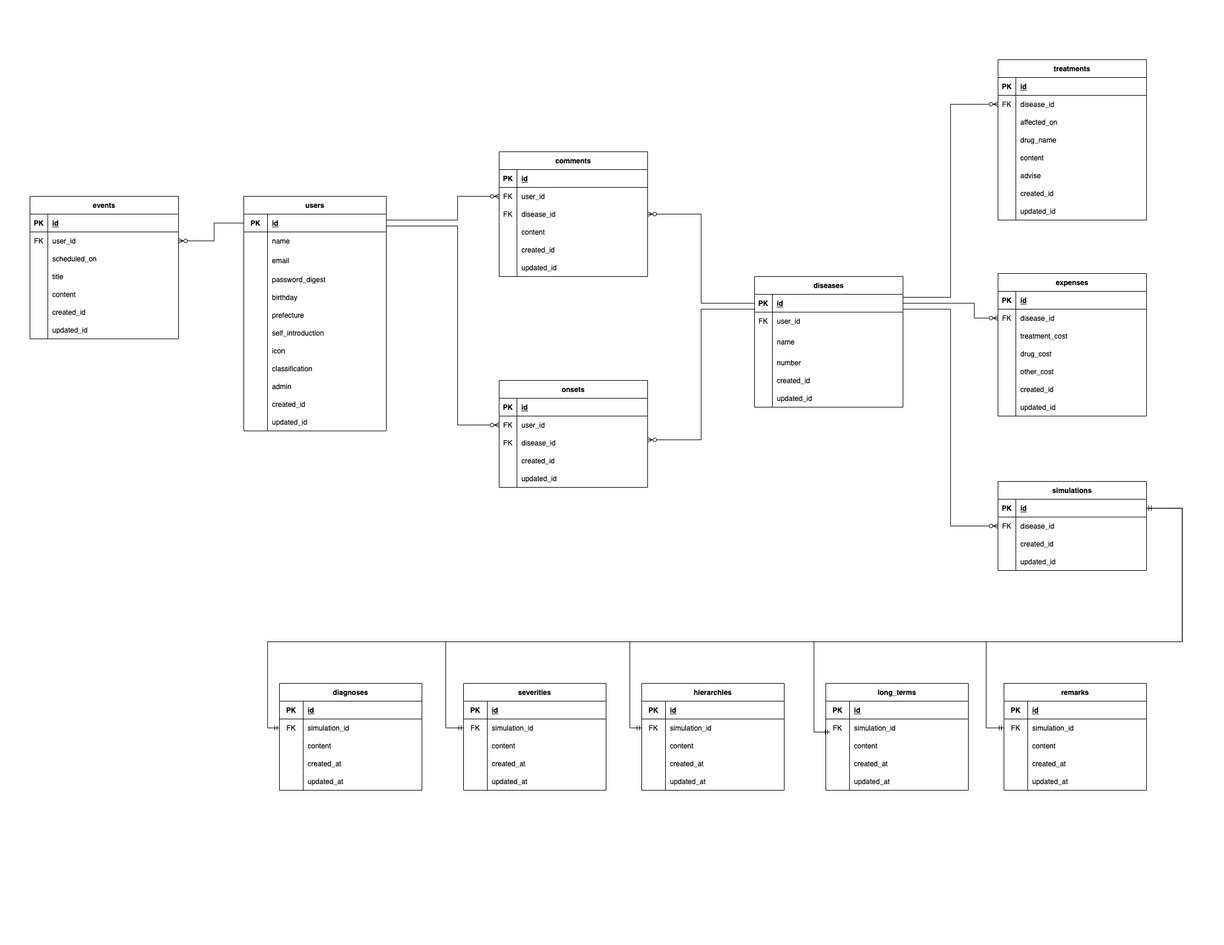
This is docs/er_diagram.png from fujisawayu/nanbyo_connect, a draw.io export, as it was before one commit. Source tidied: cells renumbered, new cells last; positions are measured from the earlier drawing's top-left corner, leaving out a move shared by most shapes.
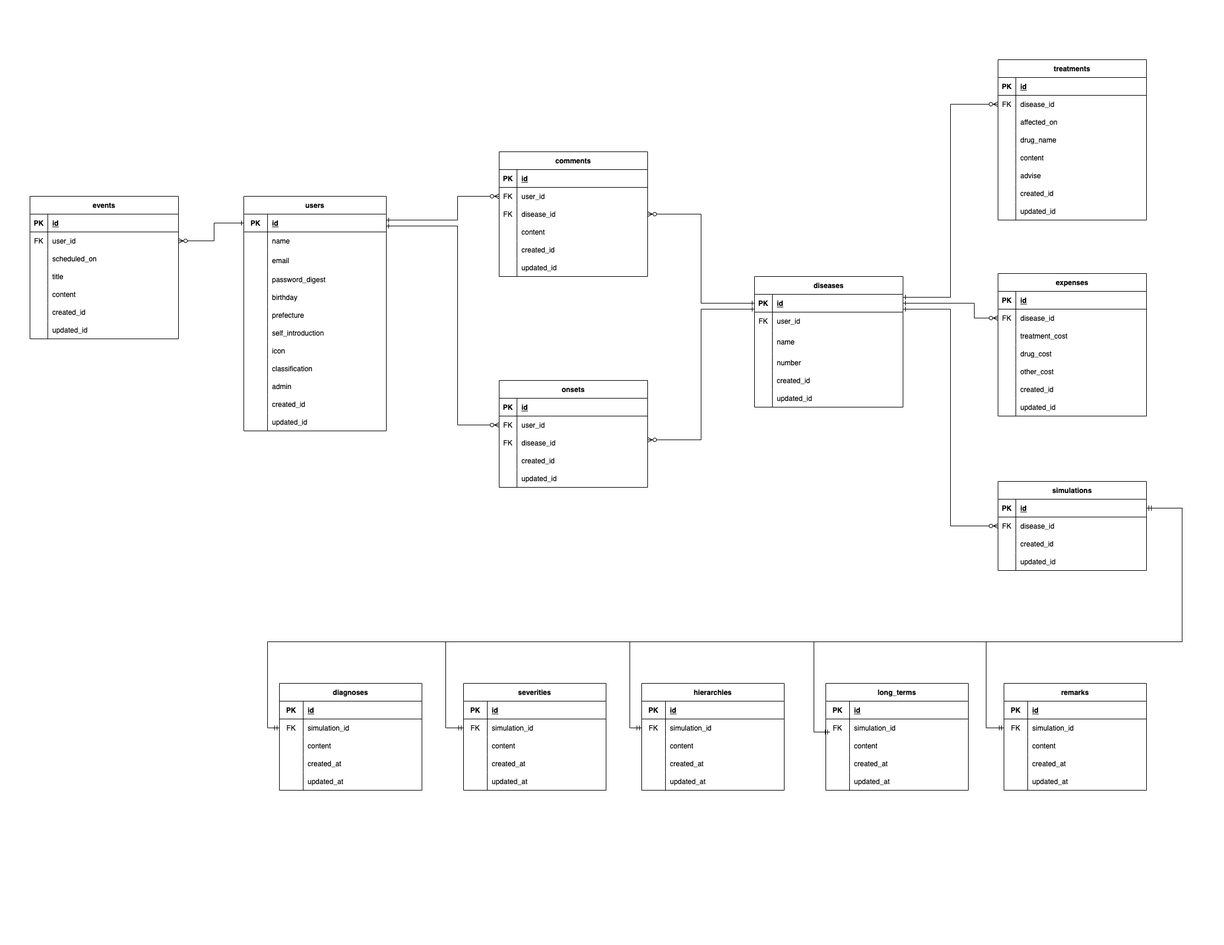
After the commit.

The edit, as a diff of the source:
```diff
@@ -761,7 +761,7 @@
     <mxCell id="254" value="updated_at" style="shape=partialRectangle;overflow=hidden;fillColor=none;top=0;left=0;bottom=0;right=0;align=left;spacingLeft=6;" parent="252" vertex="1">
       <mxGeometry x="40" width="200" height="30" as="geometry" />
     </mxCell>
-    <mxCell id="255" style="edgeStyle=orthogonalEdgeStyle;rounded=0;jettySize=auto;html=1;entryX=1;entryY=0.5;entryDx=0;entryDy=0;endArrow=ERzeroToMany;endFill=0;" parent="1" edge="1" source="3" target="157">
+    <mxCell id="255" style="edgeStyle=orthogonalEdgeStyle;rounded=0;jettySize=auto;html=1;entryX=1;entryY=0.5;entryDx=0;entryDy=0;endArrow=ERzeroToMany;endFill=0;startArrow=ERone;startFill=0;" parent="1" edge="1" source="3" target="157">
       <mxGeometry relative="1" as="geometry">
         <Array as="points">
           <mxPoint x="360" y="375" />
@@ -821,7 +821,7 @@
         </Array>
       </mxGeometry>
     </mxCell>
-    <mxCell id="261" style="edgeStyle=orthogonalEdgeStyle;rounded=0;jettySize=auto;html=1;entryX=0;entryY=0.5;entryDx=0;entryDy=0;startArrow=none;startFill=0;endArrow=ERzeroToMany;endFill=0;" parent="1" edge="1" source="135" target="97">
+    <mxCell id="261" style="edgeStyle=orthogonalEdgeStyle;rounded=0;jettySize=auto;html=1;entryX=0;entryY=0.5;entryDx=0;entryDy=0;startArrow=ERone;startFill=0;endArrow=ERzeroToMany;endFill=0;" parent="1" edge="1" source="135" target="97">
       <mxGeometry relative="1" as="geometry">
         <Array as="points">
           <mxPoint x="1600" y="500" />
@@ -829,7 +829,7 @@
         </Array>
       </mxGeometry>
     </mxCell>
-    <mxCell id="262" style="edgeStyle=orthogonalEdgeStyle;rounded=0;jettySize=auto;html=1;entryX=0;entryY=0.5;entryDx=0;entryDy=0;startArrow=none;startFill=0;endArrow=ERzeroToMany;endFill=0;" parent="1" edge="1" source="135" target="43">
+    <mxCell id="262" style="edgeStyle=orthogonalEdgeStyle;rounded=0;jettySize=auto;html=1;entryX=0;entryY=0.5;entryDx=0;entryDy=0;startArrow=ERone;startFill=0;endArrow=ERzeroToMany;endFill=0;" parent="1" edge="1" source="135" target="43">
       <mxGeometry relative="1" as="geometry">
         <Array as="points">
           <mxPoint x="1640" y="510" />
@@ -837,7 +837,7 @@
         </Array>
       </mxGeometry>
     </mxCell>
-    <mxCell id="263" style="edgeStyle=orthogonalEdgeStyle;rounded=0;jettySize=auto;html=1;entryX=0;entryY=0.5;entryDx=0;entryDy=0;startArrow=none;startFill=0;endArrow=ERzeroToMany;endFill=0;" parent="1" edge="1" source="135" target="65">
+    <mxCell id="263" style="edgeStyle=orthogonalEdgeStyle;rounded=0;jettySize=auto;html=1;entryX=0;entryY=0.5;entryDx=0;entryDy=0;startArrow=ERone;startFill=0;endArrow=ERzeroToMany;endFill=0;" parent="1" edge="1" source="135" target="65">
       <mxGeometry relative="1" as="geometry">
         <Array as="points">
           <mxPoint x="1600" y="520" />
@@ -845,7 +845,7 @@
         </Array>
       </mxGeometry>
     </mxCell>
-    <mxCell id="264" style="edgeStyle=orthogonalEdgeStyle;rounded=0;jettySize=auto;html=1;entryX=0;entryY=0.5;entryDx=0;entryDy=0;startArrow=none;startFill=0;endArrow=ERzeroToMany;endFill=0;" parent="1" edge="1" source="3" target="78">
+    <mxCell id="264" style="edgeStyle=orthogonalEdgeStyle;rounded=0;jettySize=auto;html=1;entryX=0;entryY=0.5;entryDx=0;entryDy=0;startArrow=ERone;startFill=0;endArrow=ERzeroToMany;endFill=0;" parent="1" edge="1" source="3" target="78">
       <mxGeometry relative="1" as="geometry">
         <Array as="points">
           <mxPoint x="770" y="370" />
@@ -853,10 +853,10 @@
         </Array>
       </mxGeometry>
     </mxCell>
-    <mxCell id="265" style="edgeStyle=orthogonalEdgeStyle;rounded=0;jettySize=auto;html=1;entryX=1;entryY=0.5;entryDx=0;entryDy=0;startArrow=none;startFill=0;endArrow=ERzeroToMany;endFill=0;" parent="1" edge="1" source="135" target="81">
+    <mxCell id="265" style="edgeStyle=orthogonalEdgeStyle;rounded=0;jettySize=auto;html=1;entryX=1;entryY=0.5;entryDx=0;entryDy=0;startArrow=ERone;startFill=0;endArrow=ERzeroToMany;endFill=0;" parent="1" edge="1" source="135" target="81">
       <mxGeometry relative="1" as="geometry" />
     </mxCell>
-    <mxCell id="266" style="edgeStyle=orthogonalEdgeStyle;rounded=0;jettySize=auto;html=1;entryX=0;entryY=0.5;entryDx=0;entryDy=0;startArrow=none;startFill=0;endArrow=ERzeroToMany;endFill=0;" parent="1" edge="1" source="3" target="122">
+    <mxCell id="266" style="edgeStyle=orthogonalEdgeStyle;rounded=0;jettySize=auto;html=1;entryX=0;entryY=0.5;entryDx=0;entryDy=0;startArrow=ERone;startFill=0;endArrow=ERzeroToMany;endFill=0;" parent="1" edge="1" source="3" target="122">
       <mxGeometry relative="1" as="geometry">
         <Array as="points">
           <mxPoint x="770" y="380" />
@@ -864,7 +864,7 @@
         </Array>
       </mxGeometry>
     </mxCell>
-    <mxCell id="267" style="edgeStyle=orthogonalEdgeStyle;rounded=0;jettySize=auto;html=1;startArrow=none;startFill=0;endArrow=ERzeroToMany;endFill=0;" parent="1" edge="1" source="135">
+    <mxCell id="267" style="edgeStyle=orthogonalEdgeStyle;rounded=0;jettySize=auto;html=1;startArrow=ERone;startFill=0;endArrow=ERzeroToMany;endFill=0;" parent="1" edge="1" source="135">
       <mxGeometry relative="1" as="geometry">
         <mxPoint x="1090" y="740" as="targetPoint" />
         <Array as="points">
```
